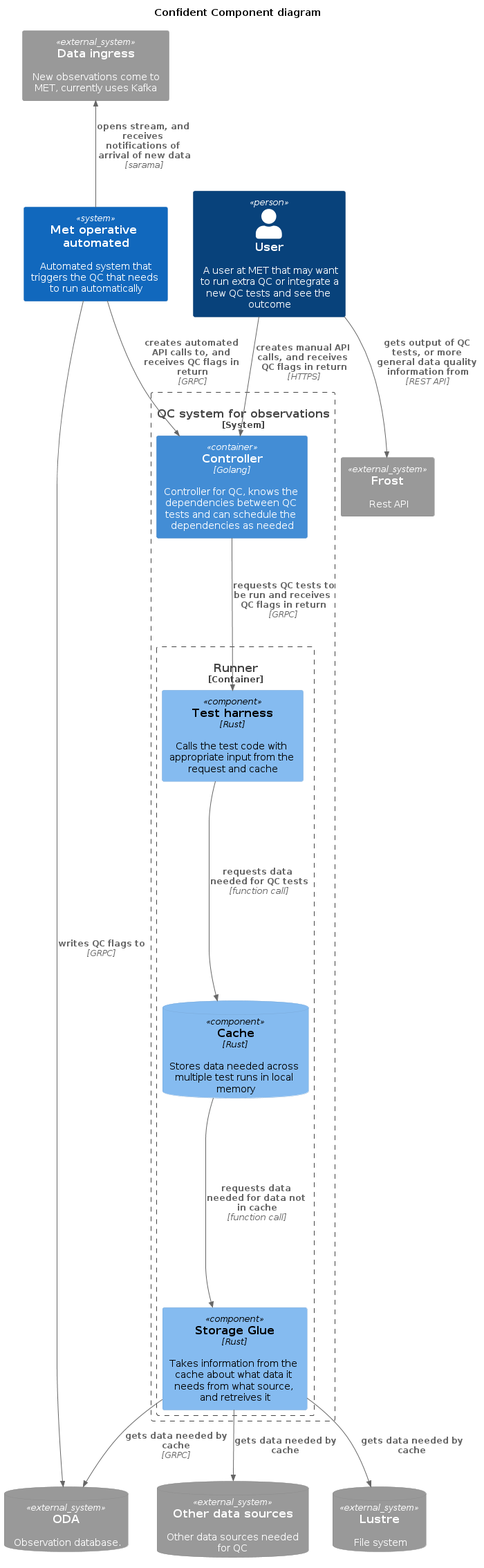
Above: docs/Confident_Component.png in metno/rove (PlantUML), before the change.
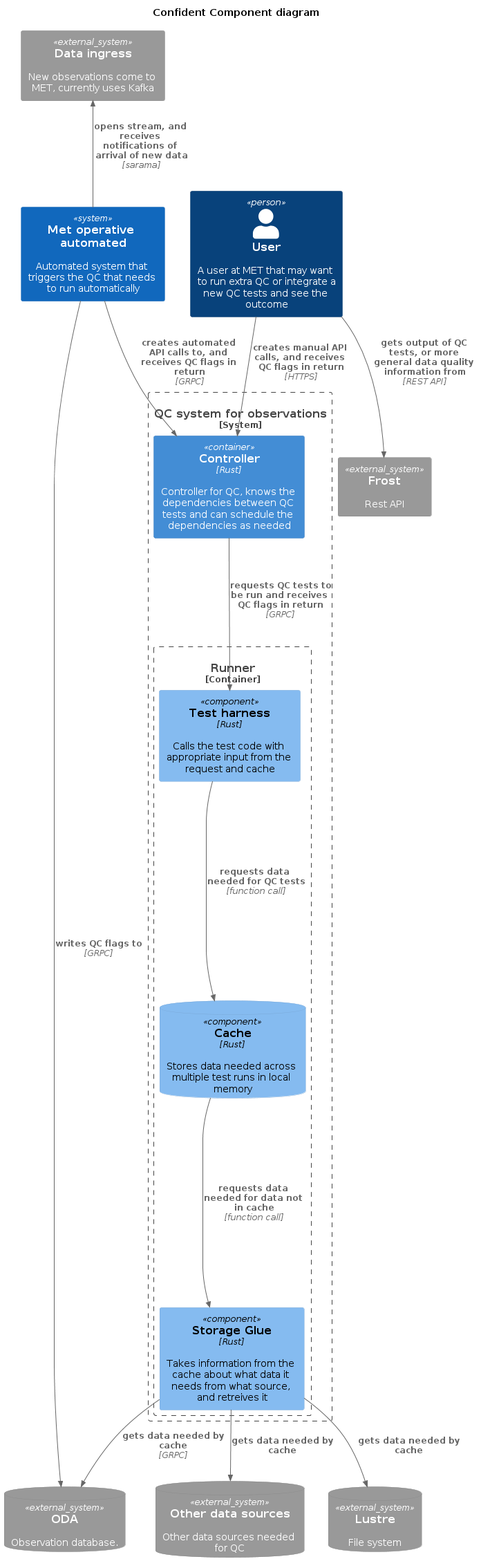
After the commit.

Commit message:
update diagrams to say only rust

Change to the diagram source:
```diff
@@ -17,7 +17,7 @@
 SystemDb_Ext(datasources, "Other data sources", "Other data sources needed for QC")
 
 System_Boundary(Confident, "QC system for observations") {
-  Container(controller, "Controller", "Golang", "Controller for QC, knows the dependencies between QC tests and can schedule the dependencies as needed")
+  Container(controller, "Controller", "Rust", "Controller for QC, knows the dependencies between QC tests and can schedule the dependencies as needed")
   Container_Boundary(runner, "Runner") {
     Component(test_harness, "Test harness", "Rust", "Calls the test code with appropriate input from the request and cache")
     ComponentDb(cache, "Cache", "Rust", "Stores data needed across multiple test runs in local memory")
```
